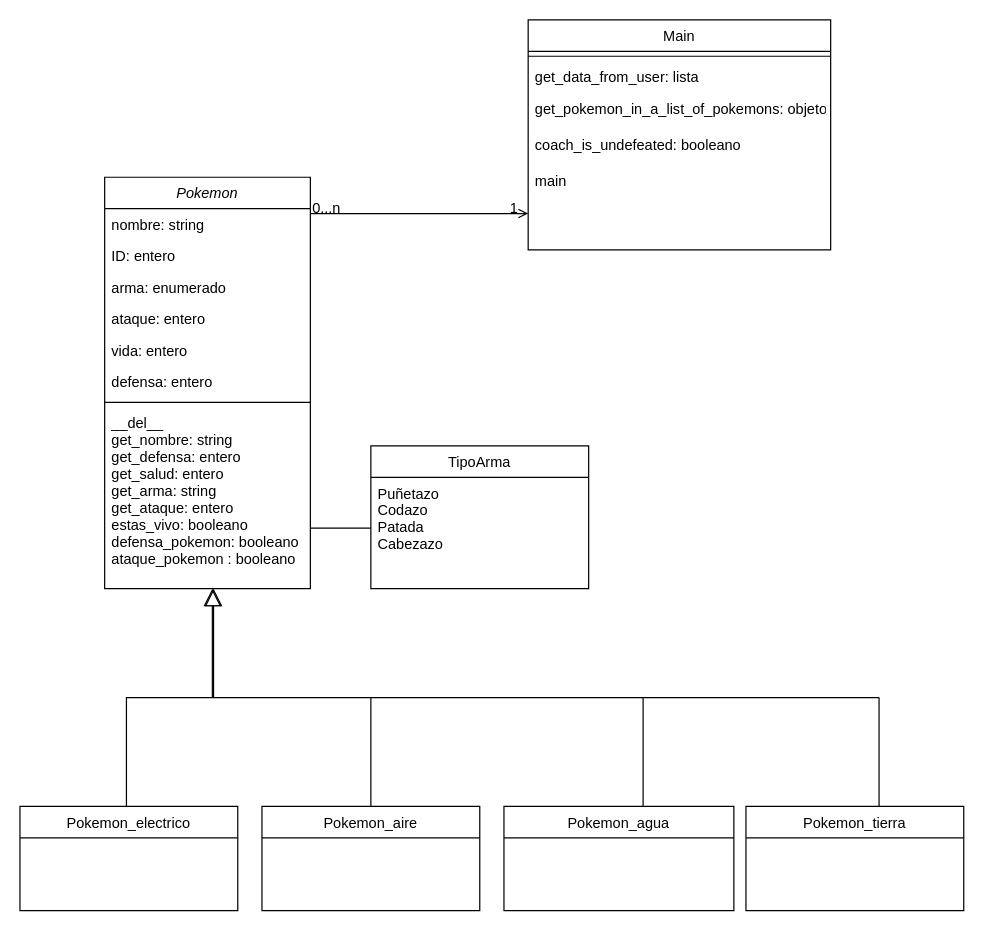
The draw.io diagram Pokemon.drawio in andmansim/Parcial-del-8, before the edit. Source tidied: cells renumbered, new cells numbered last; positions are measured from the earlier drawing's top-left corner, leaving out a move shared by most shapes. Both pictures are drawn from the tidied source at 121%, with x=0, y=0 at pixel (19, 19).
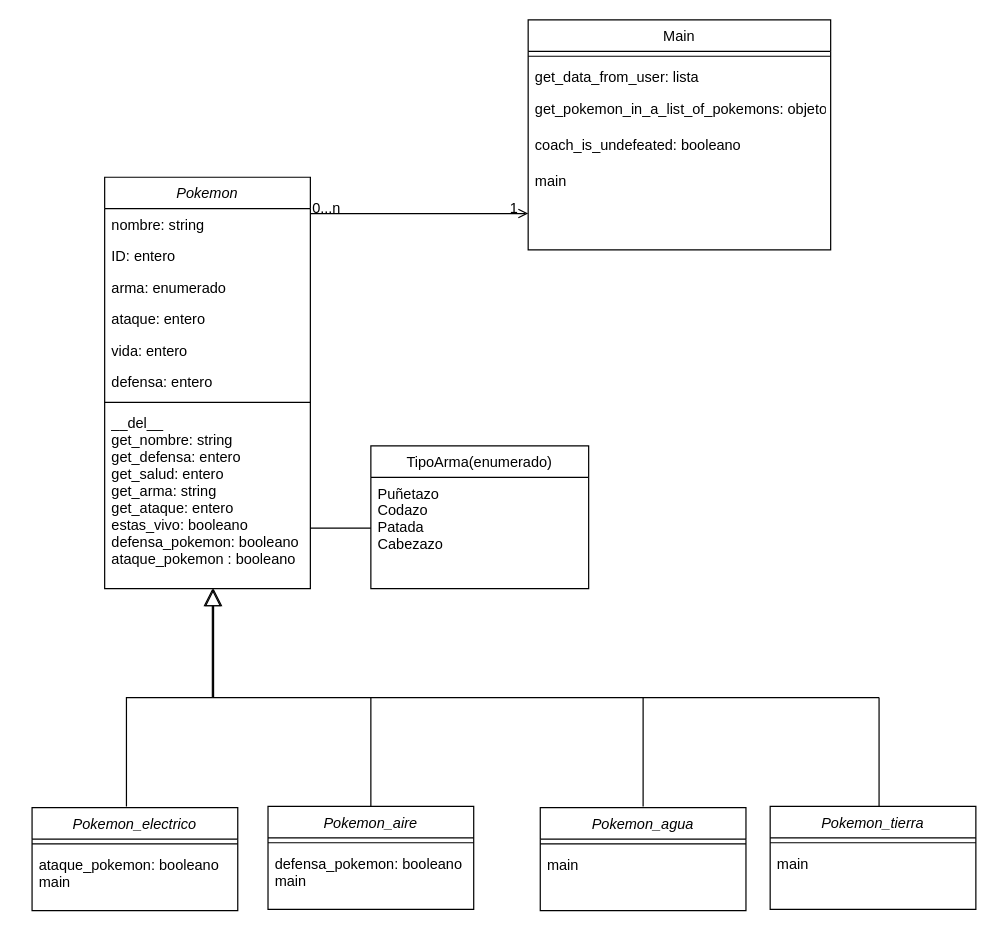
Above is the later version.

What changed in the source:
```diff
@@
-    <mxCell id="11" value="Pokemon_aire" style="swimlane;fontStyle=0;align=center;verticalAlign=top;horizontal=1;startSize=26;rounded=0;shadow=0;strokeWidth=1;" parent="1" vertex="1">
-      <mxGeometry x="200" y="650" width="180" height="86" as="geometry" />
-    </mxCell>
@@
-    <mxCell id="21" value="Pokemon_agua" style="swimlane;fontStyle=0;align=center;verticalAlign=top;horizontal=1;startSize=26;rounded=0;shadow=0;strokeWidth=1;" parent="1" vertex="1">
-      <mxGeometry x="400" y="650" width="190" height="86" as="geometry" />
-    </mxCell>
-    <mxCell id="22" value="Pokemon_electrico" style="swimlane;fontStyle=0;align=center;verticalAlign=top;horizontal=1;startSize=26;rounded=0;shadow=0;strokeWidth=1;" parent="1" vertex="1">
-      <mxGeometry y="650" width="180" height="86" as="geometry" />
-    </mxCell>
-    <mxCell id="23" value="Pokemon_tierra" style="swimlane;fontStyle=0;align=center;verticalAlign=top;horizontal=1;startSize=26;rounded=0;shadow=0;strokeWidth=1;" parent="1" vertex="1">
-      <mxGeometry x="600" y="650" width="180" height="86" as="geometry" />
-    </mxCell>
-    <mxCell id="24" value="TipoArma" style="swimlane;fontStyle=0;align=center;verticalAlign=top;horizontal=1;startSize=26;rounded=0;shadow=0;strokeWidth=1;" parent="1" vertex="1">
+    <mxCell id="24" value="TipoArma(enumerado)" style="swimlane;fontStyle=0;align=center;verticalAlign=top;horizontal=1;startSize=26;rounded=0;shadow=0;strokeWidth=1;" parent="1" vertex="1">
       <mxGeometry x="290" y="352" width="180" height="118" as="geometry" />
     </mxCell>
@@
-    <mxCell id="26" style="endArrow=block;endFill=0;endSize=12;html=1;rounded=0;exitX=0.5;exitY=0;exitDx=0;exitDy=0;" parent="1" edge="1" source="11">
+    <mxCell id="26" style="endArrow=block;endFill=0;endSize=12;html=1;rounded=0;exitX=0.5;exitY=0;exitDx=0;exitDy=0;" parent="1" edge="1">
       <mxGeometry relative="1" as="geometry">
+        <mxPoint x="290" y="650" as="sourcePoint" />
         <mxPoint x="160" y="470" as="targetPoint" />
         <Array as="points">
           <mxPoint x="290" y="560" />
           <mxPoint x="160" y="560" />
         </Array>
       </mxGeometry>
     </mxCell>
@@
+    <mxCell id="11" value="Pokemon_aire" style="swimlane;fontStyle=2;align=center;verticalAlign=top;horizontal=1;startSize=26;rounded=0;shadow=0;strokeWidth=1;" parent="1" vertex="1">
+      <mxGeometry x="205" y="650" width="170" height="85" as="geometry" />
+    </mxCell>
+    <mxCell id="32" style="line;html=1;strokeWidth=1;align=left;verticalAlign=middle;spacingTop=-1;spacingLeft=3;spacingRight=3;labelPosition=right;" parent="11" vertex="1">
+      <mxGeometry y="26" width="170" height="8" as="geometry" />
+    </mxCell>
+    <mxCell id="33" value="defensa_pokemon: booleano&#10;main" style="text;align=left;verticalAlign=top;spacingLeft=4;spacingRight=4;overflow=hidden;" parent="11" vertex="1">
+      <mxGeometry y="34" width="170" height="51" as="geometry" />
+    </mxCell>
+    <mxCell id="23" value="Pokemon_tierra" style="swimlane;fontStyle=2;align=center;verticalAlign=top;horizontal=1;startSize=26;rounded=0;shadow=0;strokeWidth=1;" parent="1" vertex="1">
+      <mxGeometry x="620" y="650" width="170" height="85" as="geometry" />
+    </mxCell>
+    <mxCell id="34" style="line;html=1;strokeWidth=1;align=left;verticalAlign=middle;spacingTop=-1;spacingLeft=3;spacingRight=3;labelPosition=right;" parent="23" vertex="1">
+      <mxGeometry y="26" width="170" height="8" as="geometry" />
+    </mxCell>
+    <mxCell id="35" value="main" style="text;align=left;verticalAlign=top;spacingLeft=4;spacingRight=4;overflow=hidden;" parent="23" vertex="1">
+      <mxGeometry y="34" width="170" height="51" as="geometry" />
+    </mxCell>
+    <mxCell id="21" value="Pokemon_agua" style="swimlane;fontStyle=2;align=center;verticalAlign=top;horizontal=1;startSize=26;rounded=0;shadow=0;strokeWidth=1;" parent="1" vertex="1">
+      <mxGeometry x="430" y="651" width="170" height="85" as="geometry" />
+    </mxCell>
+    <mxCell id="36" style="line;html=1;strokeWidth=1;align=left;verticalAlign=middle;spacingTop=-1;spacingLeft=3;spacingRight=3;labelPosition=right;" parent="21" vertex="1">
+      <mxGeometry y="26" width="170" height="8" as="geometry" />
+    </mxCell>
+    <mxCell id="37" value="main" style="text;align=left;verticalAlign=top;spacingLeft=4;spacingRight=4;overflow=hidden;" parent="21" vertex="1">
+      <mxGeometry y="34" width="170" height="51" as="geometry" />
+    </mxCell>
+    <mxCell id="22" value="Pokemon_electrico" style="swimlane;fontStyle=2;align=center;verticalAlign=top;horizontal=1;startSize=26;rounded=0;shadow=0;strokeWidth=1;" parent="1" vertex="1">
+      <mxGeometry x="10" y="651" width="170" height="85" as="geometry" />
+    </mxCell>
+    <mxCell id="38" style="line;html=1;strokeWidth=1;align=left;verticalAlign=middle;spacingTop=-1;spacingLeft=3;spacingRight=3;labelPosition=right;" parent="22" vertex="1">
+      <mxGeometry y="26" width="170" height="8" as="geometry" />
+    </mxCell>
+    <mxCell id="39" value="ataque_pokemon: booleano&#10;main" style="text;align=left;verticalAlign=top;spacingLeft=4;spacingRight=4;overflow=hidden;" parent="22" vertex="1">
+      <mxGeometry y="34" width="170" height="51" as="geometry" />
+    </mxCell>
```
